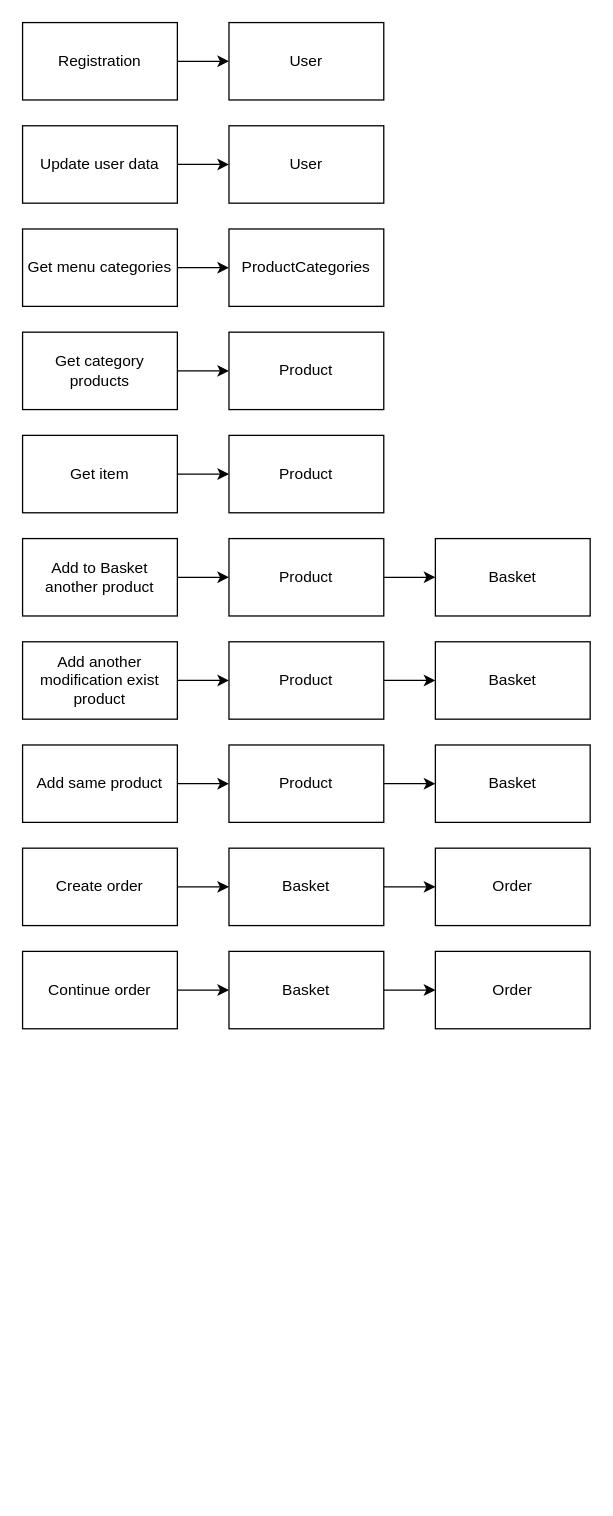
The draw.io diagram page "use cases" (2 of 3) of Delivery bot.drawio in KmvRoman/Diagrams, before the edit. Source tidied: cells renumbered, new cells numbered last; positions are measured from the earlier drawing's top-left corner, leaving out a move shared by most shapes. Both pictures are drawn from the tidied source at 129%, with x=0, y=0 at pixel (22, 22).
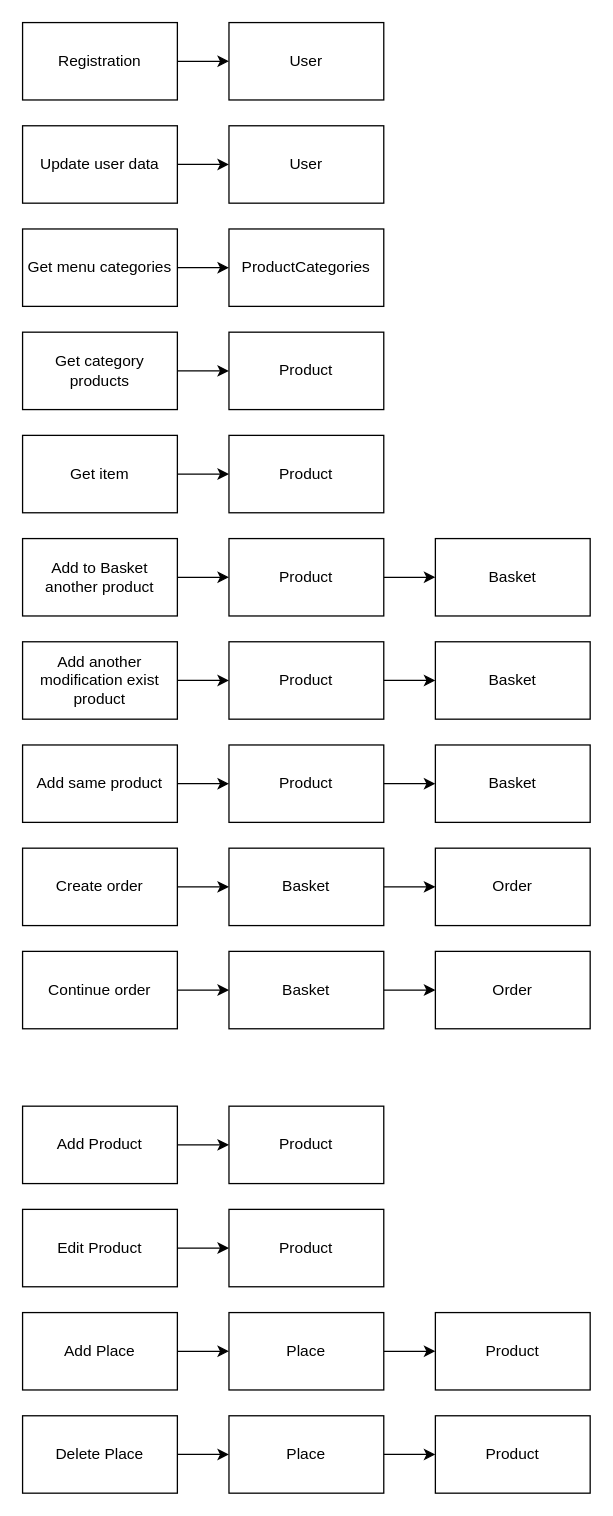
After the change.

What changed in the source:
```diff
@@
+    <mxCell id="42" style="edgeStyle=orthogonalEdgeStyle;rounded=0;jettySize=auto;html=1;entryX=0;entryY=0.5;entryDx=0;entryDy=0;" parent="1" edge="1" source="43" target="44">
+      <mxGeometry relative="1" as="geometry" />
+    </mxCell>
+    <mxCell id="43" value="Add Product" style="rounded=0;whiteSpace=wrap;html=1;" parent="1" vertex="1">
+      <mxGeometry y="840" width="120" height="60" as="geometry" />
+    </mxCell>
+    <mxCell id="44" value="Product" style="rounded=0;whiteSpace=wrap;html=1;" parent="1" vertex="1">
+      <mxGeometry x="160" y="840" width="120" height="60" as="geometry" />
+    </mxCell>
+    <mxCell id="45" style="edgeStyle=orthogonalEdgeStyle;rounded=0;jettySize=auto;html=1;entryX=0;entryY=0.5;entryDx=0;entryDy=0;" parent="1" edge="1" source="46" target="47">
+      <mxGeometry relative="1" as="geometry" />
+    </mxCell>
+    <mxCell id="46" value="Edit Product" style="rounded=0;whiteSpace=wrap;html=1;" parent="1" vertex="1">
+      <mxGeometry y="920" width="120" height="60" as="geometry" />
+    </mxCell>
+    <mxCell id="47" value="Product" style="rounded=0;whiteSpace=wrap;html=1;" parent="1" vertex="1">
+      <mxGeometry x="160" y="920" width="120" height="60" as="geometry" />
+    </mxCell>
+    <mxCell id="48" style="edgeStyle=orthogonalEdgeStyle;rounded=0;jettySize=auto;html=1;entryX=0;entryY=0.5;entryDx=0;entryDy=0;" parent="1" edge="1" source="49" target="51">
+      <mxGeometry relative="1" as="geometry" />
+    </mxCell>
+    <mxCell id="49" value="Add Place" style="rounded=0;whiteSpace=wrap;html=1;" parent="1" vertex="1">
+      <mxGeometry y="1000" width="120" height="60" as="geometry" />
+    </mxCell>
+    <mxCell id="50" style="edgeStyle=orthogonalEdgeStyle;rounded=0;jettySize=auto;html=1;entryX=0;entryY=0.5;entryDx=0;entryDy=0;" parent="1" edge="1" source="51" target="52">
+      <mxGeometry relative="1" as="geometry" />
+    </mxCell>
+    <mxCell id="51" value="Place" style="rounded=0;whiteSpace=wrap;html=1;" parent="1" vertex="1">
+      <mxGeometry x="160" y="1000" width="120" height="60" as="geometry" />
+    </mxCell>
+    <mxCell id="52" value="Product" style="rounded=0;whiteSpace=wrap;html=1;" parent="1" vertex="1">
+      <mxGeometry x="320" y="1000" width="120" height="60" as="geometry" />
+    </mxCell>
+    <mxCell id="53" style="edgeStyle=orthogonalEdgeStyle;rounded=0;jettySize=auto;html=1;entryX=0;entryY=0.5;entryDx=0;entryDy=0;" parent="1" edge="1" source="54" target="56">
+      <mxGeometry relative="1" as="geometry" />
+    </mxCell>
+    <mxCell id="54" value="Delete Place" style="rounded=0;whiteSpace=wrap;html=1;" parent="1" vertex="1">
+      <mxGeometry y="1080" width="120" height="60" as="geometry" />
+    </mxCell>
+    <mxCell id="55" style="edgeStyle=orthogonalEdgeStyle;rounded=0;jettySize=auto;html=1;" parent="1" edge="1" source="56" target="57">
+      <mxGeometry relative="1" as="geometry" />
+    </mxCell>
+    <mxCell id="56" value="Place" style="rounded=0;whiteSpace=wrap;html=1;" parent="1" vertex="1">
+      <mxGeometry x="160" y="1080" width="120" height="60" as="geometry" />
+    </mxCell>
+    <mxCell id="57" value="Product" style="rounded=0;whiteSpace=wrap;html=1;" parent="1" vertex="1">
+      <mxGeometry x="320" y="1080" width="120" height="60" as="geometry" />
+    </mxCell>
```
